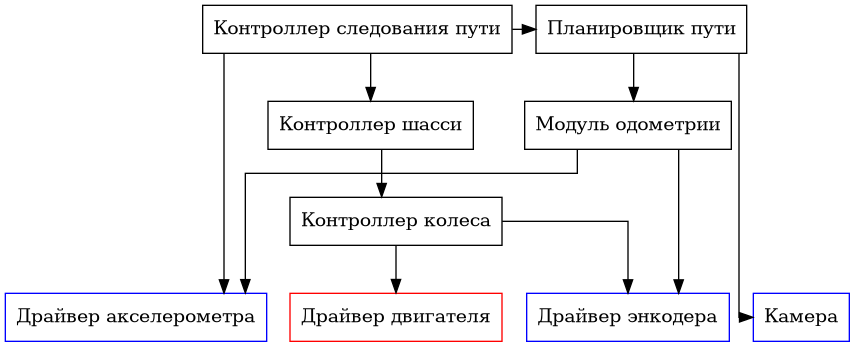
This is doc/software.png from prostoiChelovek/qHandedCart, a Graphviz export, as it was before one commit. Its source is kept beside it as doc/software.dot.
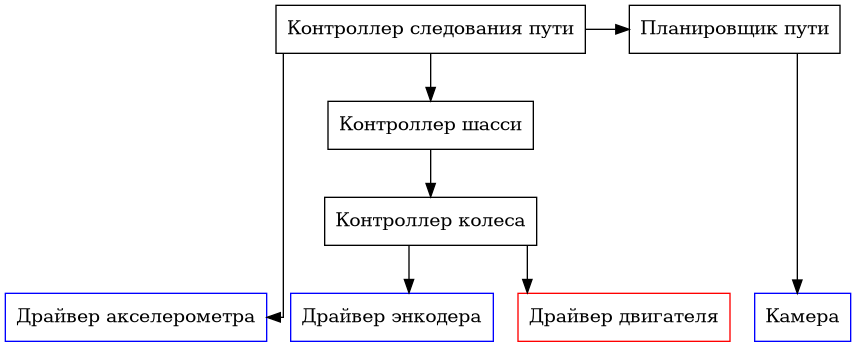
After the change.

Commit message:
remove the odomtery module from the graph

The edit, as a diff of the source:
```diff
@@ -15,12 +15,7 @@
 
     wheel [label = "Контроллер колеса"]
 
-    {
-        rank = same
-
-        chassis [label = "Контроллер шасси"]
-        odometry [label = "Модуль одометрии"]
-    }
+    chassis [label = "Контроллер шасси"]
 
     {
         rank = same
@@ -33,10 +28,7 @@
 
     chassis -> wheel
 
-    odometry -> {accelerometer_driver, encoder_driver}
-
     path_follower -> {accelerometer_driver, path_planner, chassis}
 
     path_planner -> camera:nw
-    path_planner -> odometry
 }
```
